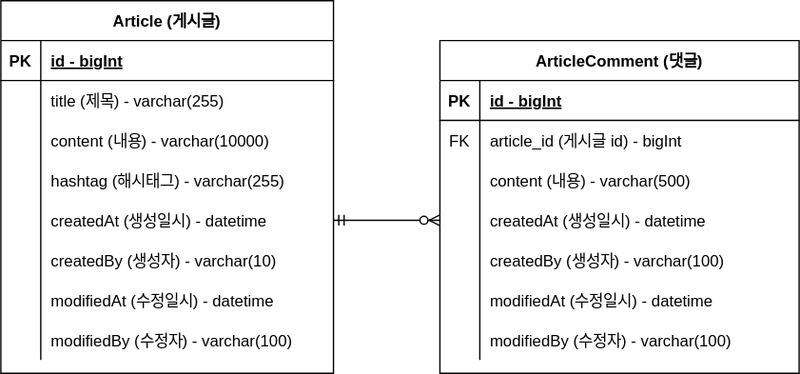
This is document/project-board-erd.svg from Baeyonghyeon/project-board, a draw.io export, as it was before one commit. Source tidied: cells renumbered, new cells last; positions are measured from the earlier drawing's top-left corner, leaving out a move shared by most shapes.
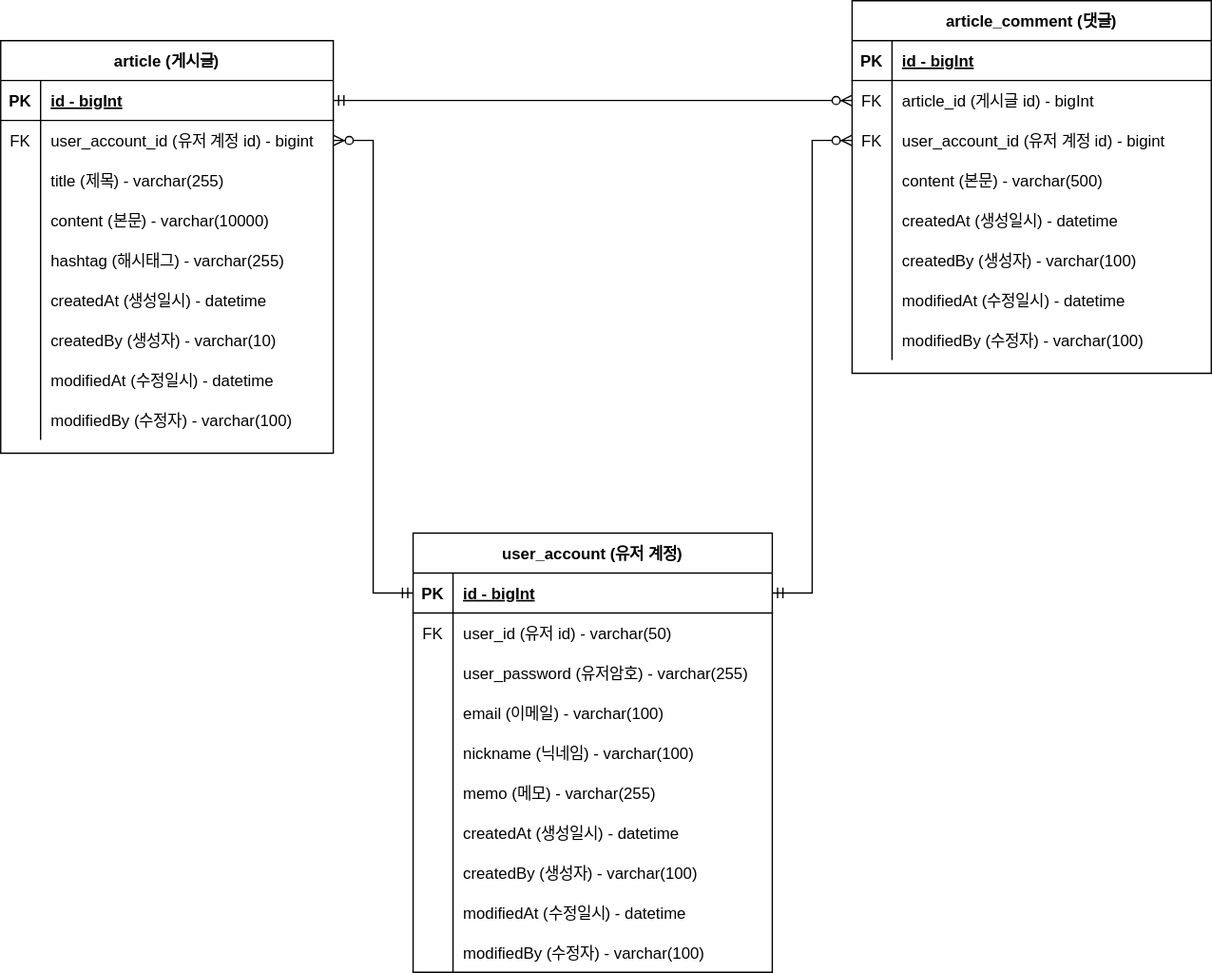
Above is the later version.

Change to the diagram source:
```diff
@@ -2,8 +2,8 @@
   <root>
     <mxCell id="0" />
     <mxCell id="1" parent="0" />
-    <mxCell id="2" value="Article (게시글)" style="shape=table;startSize=30;rowLines=0;fontStyle=1;align=center;" parent="1" vertex="1">
-      <mxGeometry width="250" height="280" as="geometry" />
+    <mxCell id="2" value="article (게시글)" style="shape=table;startSize=30;rowLines=0;fontStyle=1;align=center;" parent="1" vertex="1">
+      <mxGeometry x="-110" y="20" width="250" height="310" as="geometry" />
     </mxCell>
     <mxCell id="3" style="shape=tableRow;horizontal=0;startSize=0;swimlaneHead=0;swimlaneBody=0;fillColor=none;points=[[0,0.5],[1,0.5]];portConstraint=eastwest;top=0;left=0;right=0;bottom=1;" parent="2" vertex="1">
       <mxGeometry y="30" width="250" height="30" as="geometry" />
@@ -14,8 +14,17 @@
     <mxCell id="5" value="id - bigInt" style="shape=partialRectangle;fillColor=none;top=0;left=0;bottom=0;right=0;align=left;spacingLeft=6;fontStyle=5;overflow=hidden;" parent="3" vertex="1">
       <mxGeometry x="30" width="220" height="30" as="geometry" />
     </mxCell>
+    <mxCell id="50" style="shape=tableRow;horizontal=0;startSize=0;swimlaneHead=0;swimlaneBody=0;fillColor=none;points=[[0,0.5],[1,0.5]];portConstraint=eastwest;top=0;left=0;right=0;bottom=0;" parent="2" vertex="1">
+      <mxGeometry y="60" width="250" height="30" as="geometry" />
+    </mxCell>
+    <mxCell id="51" value="FK" style="shape=partialRectangle;fillColor=none;top=0;left=0;bottom=0;right=0;overflow=hidden;" parent="50" vertex="1">
+      <mxGeometry width="30" height="30" as="geometry" />
+    </mxCell>
+    <mxCell id="52" value="user_account_id (유저 계정 id) - bigint" style="shape=partialRectangle;fillColor=none;top=0;left=0;bottom=0;right=0;align=left;spacingLeft=6;overflow=hidden;" parent="50" vertex="1">
+      <mxGeometry x="30" width="220" height="30" as="geometry" />
+    </mxCell>
     <mxCell id="6" style="shape=tableRow;horizontal=0;startSize=0;swimlaneHead=0;swimlaneBody=0;fillColor=none;top=0;left=0;right=0;bottom=0;" parent="2" vertex="1">
-      <mxGeometry y="60" width="250" height="30" as="geometry" />
+      <mxGeometry y="90" width="250" height="30" as="geometry" />
     </mxCell>
     <mxCell id="7" style="shape=partialRectangle;fillColor=none;top=0;left=0;bottom=0;right=0;overflow=hidden;" parent="6" vertex="1">
       <mxGeometry width="30" height="30" as="geometry" />
@@ -24,16 +33,16 @@
       <mxGeometry x="30" width="220" height="30" as="geometry" />
     </mxCell>
     <mxCell id="9" style="shape=tableRow;horizontal=0;startSize=0;swimlaneHead=0;swimlaneBody=0;fillColor=none;top=0;left=0;right=0;bottom=0;" parent="2" vertex="1">
-      <mxGeometry y="90" width="250" height="30" as="geometry" />
+      <mxGeometry y="120" width="250" height="30" as="geometry" />
     </mxCell>
     <mxCell id="10" style="shape=partialRectangle;fillColor=none;top=0;left=0;bottom=0;right=0;overflow=hidden;" parent="9" vertex="1">
       <mxGeometry width="30" height="30" as="geometry" />
     </mxCell>
-    <mxCell id="11" value="content (내용) - varchar(10000)" style="shape=partialRectangle;fillColor=none;top=0;left=0;bottom=0;right=0;align=left;spacingLeft=6;overflow=hidden;" parent="9" vertex="1">
+    <mxCell id="11" value="content (본문) - varchar(10000)" style="shape=partialRectangle;fillColor=none;top=0;left=0;bottom=0;right=0;align=left;spacingLeft=6;overflow=hidden;" parent="9" vertex="1">
       <mxGeometry x="30" width="220" height="30" as="geometry" />
     </mxCell>
     <mxCell id="12" style="shape=tableRow;horizontal=0;startSize=0;swimlaneHead=0;swimlaneBody=0;fillColor=none;top=0;left=0;right=0;bottom=0;" parent="2" vertex="1">
-      <mxGeometry y="120" width="250" height="30" as="geometry" />
+      <mxGeometry y="150" width="250" height="30" as="geometry" />
     </mxCell>
     <mxCell id="13" style="shape=partialRectangle;fillColor=none;top=0;left=0;bottom=0;right=0;overflow=hidden;" parent="12" vertex="1">
       <mxGeometry width="30" height="30" as="geometry" />
@@ -42,7 +51,7 @@
       <mxGeometry x="30" width="220" height="30" as="geometry" />
     </mxCell>
     <mxCell id="15" style="shape=tableRow;horizontal=0;startSize=0;swimlaneHead=0;swimlaneBody=0;fillColor=none;points=[[0,0.5],[1,0.5]];portConstraint=eastwest;top=0;left=0;right=0;bottom=0;" parent="2" vertex="1">
-      <mxGeometry y="150" width="250" height="30" as="geometry" />
+      <mxGeometry y="180" width="250" height="30" as="geometry" />
     </mxCell>
     <mxCell id="16" style="shape=partialRectangle;fillColor=none;top=0;left=0;bottom=0;right=0;overflow=hidden;" parent="15" vertex="1">
       <mxGeometry width="30" height="30" as="geometry" />
@@ -51,7 +60,7 @@
       <mxGeometry x="30" width="220" height="30" as="geometry" />
     </mxCell>
     <mxCell id="18" style="shape=tableRow;horizontal=0;startSize=0;swimlaneHead=0;swimlaneBody=0;fillColor=none;top=0;left=0;right=0;bottom=0;" parent="2" vertex="1">
-      <mxGeometry y="180" width="250" height="30" as="geometry" />
+      <mxGeometry y="210" width="250" height="30" as="geometry" />
     </mxCell>
     <mxCell id="19" style="shape=partialRectangle;fillColor=none;top=0;left=0;bottom=0;right=0;overflow=hidden;" parent="18" vertex="1">
       <mxGeometry width="30" height="30" as="geometry" />
@@ -60,7 +69,7 @@
       <mxGeometry x="30" width="220" height="30" as="geometry" />
     </mxCell>
     <mxCell id="21" style="shape=tableRow;horizontal=0;startSize=0;swimlaneHead=0;swimlaneBody=0;fillColor=none;top=0;left=0;right=0;bottom=0;" parent="2" vertex="1">
-      <mxGeometry y="210" width="250" height="30" as="geometry" />
+      <mxGeometry y="240" width="250" height="30" as="geometry" />
     </mxCell>
     <mxCell id="22" style="shape=partialRectangle;fillColor=none;top=0;left=0;bottom=0;right=0;overflow=hidden;" parent="21" vertex="1">
       <mxGeometry width="30" height="30" as="geometry" />
@@ -69,7 +78,7 @@
       <mxGeometry x="30" width="220" height="30" as="geometry" />
     </mxCell>
     <mxCell id="24" style="shape=tableRow;horizontal=0;startSize=0;swimlaneHead=0;swimlaneBody=0;fillColor=none;top=0;left=0;right=0;bottom=0;" parent="2" vertex="1">
-      <mxGeometry y="240" width="250" height="30" as="geometry" />
+      <mxGeometry y="270" width="250" height="30" as="geometry" />
     </mxCell>
     <mxCell id="25" style="shape=partialRectangle;fillColor=none;top=0;left=0;bottom=0;right=0;overflow=hidden;" parent="24" vertex="1">
       <mxGeometry width="30" height="30" as="geometry" />
@@ -77,8 +86,8 @@
     <mxCell id="26" value="modifiedBy (수정자) - varchar(100)" style="shape=partialRectangle;fillColor=none;top=0;left=0;bottom=0;right=0;align=left;spacingLeft=6;overflow=hidden;" parent="24" vertex="1">
       <mxGeometry x="30" width="220" height="30" as="geometry" />
     </mxCell>
-    <mxCell id="27" value="ArticleComment (댓글)" style="shape=table;startSize=30;rowLines=0;fontStyle=1;align=center;" parent="1" vertex="1">
-      <mxGeometry x="330" y="30" width="270" height="250" as="geometry" />
+    <mxCell id="27" value="article_comment (댓글)" style="shape=table;startSize=30;rowLines=0;fontStyle=1;align=center;" parent="1" vertex="1">
+      <mxGeometry x="530" y="-10" width="270" height="280" as="geometry" />
     </mxCell>
     <mxCell id="28" style="shape=tableRow;horizontal=0;startSize=0;swimlaneHead=0;swimlaneBody=0;fillColor=none;top=0;left=0;right=0;bottom=1;" parent="27" vertex="1">
       <mxGeometry y="30" width="270" height="30" as="geometry" />
@@ -98,17 +107,26 @@
     <mxCell id="33" value="article_id (게시글 id) - bigInt" style="shape=partialRectangle;fillColor=none;top=0;left=0;bottom=0;right=0;align=left;spacingLeft=6;overflow=hidden;" parent="31" vertex="1">
       <mxGeometry x="30" width="240" height="30" as="geometry" />
     </mxCell>
+    <mxCell id="53" style="shape=tableRow;horizontal=0;startSize=0;swimlaneHead=0;swimlaneBody=0;fillColor=none;points=[[0,0.5],[1,0.5]];portConstraint=eastwest;top=0;left=0;right=0;bottom=0;" parent="27" vertex="1">
+      <mxGeometry y="90" width="270" height="30" as="geometry" />
+    </mxCell>
+    <mxCell id="54" value="FK" style="shape=partialRectangle;fillColor=none;top=0;left=0;bottom=0;right=0;overflow=hidden;" parent="53" vertex="1">
+      <mxGeometry width="30" height="30" as="geometry" />
+    </mxCell>
+    <mxCell id="55" value="user_account_id (유저 계정 id) - bigint" style="shape=partialRectangle;fillColor=none;top=0;left=0;bottom=0;right=0;align=left;spacingLeft=6;overflow=hidden;" parent="53" vertex="1">
+      <mxGeometry x="30" width="240" height="30" as="geometry" />
+    </mxCell>
     <mxCell id="34" style="shape=tableRow;horizontal=0;startSize=0;swimlaneHead=0;swimlaneBody=0;fillColor=none;top=0;left=0;right=0;bottom=0;" parent="27" vertex="1">
-      <mxGeometry y="90" width="270" height="30" as="geometry" />
+      <mxGeometry y="120" width="270" height="30" as="geometry" />
     </mxCell>
     <mxCell id="35" style="shape=partialRectangle;fillColor=none;top=0;left=0;bottom=0;right=0;overflow=hidden;" parent="34" vertex="1">
       <mxGeometry width="30" height="30" as="geometry" />
     </mxCell>
-    <mxCell id="36" value="content (내용) - varchar(500)" style="shape=partialRectangle;fillColor=none;top=0;left=0;bottom=0;right=0;align=left;spacingLeft=6;overflow=hidden;" parent="34" vertex="1">
+    <mxCell id="36" value="content (본문) - varchar(500)" style="shape=partialRectangle;fillColor=none;top=0;left=0;bottom=0;right=0;align=left;spacingLeft=6;overflow=hidden;" parent="34" vertex="1">
       <mxGeometry x="30" width="240" height="30" as="geometry" />
     </mxCell>
     <mxCell id="37" style="shape=tableRow;horizontal=0;startSize=0;swimlaneHead=0;swimlaneBody=0;fillColor=none;points=[[0,0.5],[1,0.5]];portConstraint=eastwest;top=0;left=0;right=0;bottom=0;" parent="27" vertex="1">
-      <mxGeometry y="120" width="270" height="30" as="geometry" />
+      <mxGeometry y="150" width="270" height="30" as="geometry" />
     </mxCell>
     <mxCell id="38" style="shape=partialRectangle;fillColor=none;top=0;left=0;bottom=0;right=0;overflow=hidden;" parent="37" vertex="1">
       <mxGeometry width="30" height="30" as="geometry" />
@@ -117,7 +135,7 @@
       <mxGeometry x="30" width="240" height="30" as="geometry" />
     </mxCell>
     <mxCell id="40" style="shape=tableRow;horizontal=0;startSize=0;swimlaneHead=0;swimlaneBody=0;fillColor=none;top=0;left=0;right=0;bottom=0;" parent="27" vertex="1">
-      <mxGeometry y="150" width="270" height="30" as="geometry" />
+      <mxGeometry y="180" width="270" height="30" as="geometry" />
     </mxCell>
     <mxCell id="41" style="shape=partialRectangle;fillColor=none;top=0;left=0;bottom=0;right=0;overflow=hidden;" parent="40" vertex="1">
       <mxGeometry width="30" height="30" as="geometry" />
@@ -126,7 +144,7 @@
       <mxGeometry x="30" width="240" height="30" as="geometry" />
     </mxCell>
     <mxCell id="43" style="shape=tableRow;horizontal=0;startSize=0;swimlaneHead=0;swimlaneBody=0;fillColor=none;top=0;left=0;right=0;bottom=0;" parent="27" vertex="1">
-      <mxGeometry y="180" width="270" height="30" as="geometry" />
+      <mxGeometry y="210" width="270" height="30" as="geometry" />
     </mxCell>
     <mxCell id="44" style="shape=partialRectangle;fillColor=none;top=0;left=0;bottom=0;right=0;overflow=hidden;" parent="43" vertex="1">
       <mxGeometry width="30" height="30" as="geometry" />
@@ -135,7 +153,7 @@
       <mxGeometry x="30" width="240" height="30" as="geometry" />
     </mxCell>
     <mxCell id="46" style="shape=tableRow;horizontal=0;startSize=0;swimlaneHead=0;swimlaneBody=0;fillColor=none;top=0;left=0;right=0;bottom=0;" parent="27" vertex="1">
-      <mxGeometry y="210" width="270" height="30" as="geometry" />
+      <mxGeometry y="240" width="270" height="30" as="geometry" />
     </mxCell>
     <mxCell id="47" style="shape=partialRectangle;fillColor=none;top=0;left=0;bottom=0;right=0;overflow=hidden;" parent="46" vertex="1">
       <mxGeometry width="30" height="30" as="geometry" />
@@ -143,8 +161,107 @@
     <mxCell id="48" value="modifiedBy (수정자) - varchar(100)" style="shape=partialRectangle;fillColor=none;top=0;left=0;bottom=0;right=0;align=left;spacingLeft=6;overflow=hidden;" parent="46" vertex="1">
       <mxGeometry x="30" width="240" height="30" as="geometry" />
     </mxCell>
-    <mxCell id="49" style="edgeStyle=entityRelationEdgeStyle;fontSize=12;html=1;endArrow=ERzeroToMany;startArrow=ERmandOne;rounded=0;exitX=1;exitY=0.5;exitDx=0;exitDy=0;entryX=0;entryY=0.5;entryDx=0;entryDy=0;" parent="1" edge="1" source="15" target="37">
+    <mxCell id="49" style="edgeStyle=entityRelationEdgeStyle;fontSize=12;html=1;endArrow=ERzeroToMany;startArrow=ERmandOne;rounded=0;exitX=1;exitY=0.5;exitDx=0;exitDy=0;entryX=0;entryY=0.5;entryDx=0;entryDy=0;" parent="1" edge="1" source="3" target="31">
       <mxGeometry relative="1" as="geometry" />
     </mxCell>
+    <mxCell id="56" value="user_account (유저 계정)" style="shape=table;startSize=30;rowLines=0;fontStyle=1;align=center;" parent="1" vertex="1">
+      <mxGeometry x="200" y="390" width="270" height="330" as="geometry" />
+    </mxCell>
+    <mxCell id="57" style="shape=tableRow;horizontal=0;startSize=0;swimlaneHead=0;swimlaneBody=0;fillColor=none;points=[[0,0.5],[1,0.5]];portConstraint=eastwest;top=0;left=0;right=0;bottom=1;" parent="56" vertex="1">
+      <mxGeometry y="30" width="270" height="30" as="geometry" />
+    </mxCell>
+    <mxCell id="58" value="PK" style="shape=partialRectangle;fillColor=none;top=0;left=0;bottom=0;right=0;fontStyle=1;overflow=hidden;" parent="57" vertex="1">
+      <mxGeometry width="30" height="30" as="geometry" />
+    </mxCell>
+    <mxCell id="59" value="id - bigInt" style="shape=partialRectangle;fillColor=none;top=0;left=0;bottom=0;right=0;align=left;spacingLeft=6;fontStyle=5;overflow=hidden;" parent="57" vertex="1">
+      <mxGeometry x="30" width="240" height="30" as="geometry" />
+    </mxCell>
+    <mxCell id="60" style="shape=tableRow;horizontal=0;startSize=0;swimlaneHead=0;swimlaneBody=0;fillColor=none;top=0;left=0;right=0;bottom=0;" parent="56" vertex="1">
+      <mxGeometry y="60" width="270" height="30" as="geometry" />
+    </mxCell>
+    <mxCell id="61" value="FK" style="shape=partialRectangle;fillColor=none;top=0;left=0;bottom=0;right=0;overflow=hidden;" parent="60" vertex="1">
+      <mxGeometry width="30" height="30" as="geometry" />
+    </mxCell>
+    <mxCell id="62" value="user_id (유저 id) - varchar(50)" style="shape=partialRectangle;fillColor=none;top=0;left=0;bottom=0;right=0;align=left;spacingLeft=6;overflow=hidden;" parent="60" vertex="1">
+      <mxGeometry x="30" width="240" height="30" as="geometry" />
+    </mxCell>
+    <mxCell id="63" style="shape=tableRow;horizontal=0;startSize=0;swimlaneHead=0;swimlaneBody=0;fillColor=none;top=0;left=0;right=0;bottom=0;" parent="56" vertex="1">
+      <mxGeometry y="90" width="270" height="30" as="geometry" />
+    </mxCell>
+    <mxCell id="64" style="shape=partialRectangle;fillColor=none;top=0;left=0;bottom=0;right=0;overflow=hidden;" parent="63" vertex="1">
+      <mxGeometry width="30" height="30" as="geometry" />
+    </mxCell>
+    <mxCell id="65" value="user_password (유저암호) - varchar(255)" style="shape=partialRectangle;fillColor=none;top=0;left=0;bottom=0;right=0;align=left;spacingLeft=6;overflow=hidden;" parent="63" vertex="1">
+      <mxGeometry x="30" width="240" height="30" as="geometry" />
+    </mxCell>
+    <mxCell id="66" style="shape=tableRow;horizontal=0;startSize=0;swimlaneHead=0;swimlaneBody=0;fillColor=none;top=0;left=0;right=0;bottom=0;" parent="56" vertex="1">
+      <mxGeometry y="120" width="270" height="30" as="geometry" />
+    </mxCell>
+    <mxCell id="67" style="shape=partialRectangle;fillColor=none;top=0;left=0;bottom=0;right=0;overflow=hidden;" parent="66" vertex="1">
+      <mxGeometry width="30" height="30" as="geometry" />
+    </mxCell>
+    <mxCell id="68" value="email (이메일) - varchar(100)" style="shape=partialRectangle;fillColor=none;top=0;left=0;bottom=0;right=0;align=left;spacingLeft=6;overflow=hidden;" parent="66" vertex="1">
+      <mxGeometry x="30" width="240" height="30" as="geometry" />
+    </mxCell>
+    <mxCell id="69" style="shape=tableRow;horizontal=0;startSize=0;swimlaneHead=0;swimlaneBody=0;fillColor=none;top=0;left=0;right=0;bottom=0;" parent="56" vertex="1">
+      <mxGeometry y="150" width="270" height="30" as="geometry" />
+    </mxCell>
+    <mxCell id="70" style="shape=partialRectangle;fillColor=none;top=0;left=0;bottom=0;right=0;overflow=hidden;" parent="69" vertex="1">
+      <mxGeometry width="30" height="30" as="geometry" />
+    </mxCell>
+    <mxCell id="71" value="nickname (닉네임) - varchar(100)" style="shape=partialRectangle;fillColor=none;top=0;left=0;bottom=0;right=0;align=left;spacingLeft=6;overflow=hidden;" parent="69" vertex="1">
+      <mxGeometry x="30" width="240" height="30" as="geometry" />
+    </mxCell>
+    <mxCell id="72" style="shape=tableRow;horizontal=0;startSize=0;swimlaneHead=0;swimlaneBody=0;fillColor=none;top=0;left=0;right=0;bottom=0;" parent="56" vertex="1">
+      <mxGeometry y="180" width="270" height="30" as="geometry" />
+    </mxCell>
+    <mxCell id="73" style="shape=partialRectangle;fillColor=none;top=0;left=0;bottom=0;right=0;overflow=hidden;" parent="72" vertex="1">
+      <mxGeometry width="30" height="30" as="geometry" />
+    </mxCell>
+    <mxCell id="74" value="memo (메모) - varchar(255)" style="shape=partialRectangle;fillColor=none;top=0;left=0;bottom=0;right=0;align=left;spacingLeft=6;overflow=hidden;" parent="72" vertex="1">
+      <mxGeometry x="30" width="240" height="30" as="geometry" />
+    </mxCell>
+    <mxCell id="75" style="shape=tableRow;horizontal=0;startSize=0;swimlaneHead=0;swimlaneBody=0;fillColor=none;top=0;left=0;right=0;bottom=0;" parent="56" vertex="1">
+      <mxGeometry y="210" width="270" height="30" as="geometry" />
+    </mxCell>
+    <mxCell id="76" style="shape=partialRectangle;fillColor=none;top=0;left=0;bottom=0;right=0;overflow=hidden;" parent="75" vertex="1">
+      <mxGeometry width="30" height="30" as="geometry" />
+    </mxCell>
+    <mxCell id="77" value="createdAt (생성일시) - datetime" style="shape=partialRectangle;fillColor=none;top=0;left=0;bottom=0;right=0;align=left;spacingLeft=6;overflow=hidden;" parent="75" vertex="1">
+      <mxGeometry x="30" width="240" height="30" as="geometry" />
+    </mxCell>
+    <mxCell id="78" style="shape=tableRow;horizontal=0;startSize=0;swimlaneHead=0;swimlaneBody=0;fillColor=none;top=0;left=0;right=0;bottom=0;" parent="56" vertex="1">
+      <mxGeometry y="240" width="270" height="30" as="geometry" />
+    </mxCell>
+    <mxCell id="79" style="shape=partialRectangle;fillColor=none;top=0;left=0;bottom=0;right=0;overflow=hidden;" parent="78" vertex="1">
+      <mxGeometry width="30" height="30" as="geometry" />
+    </mxCell>
+    <mxCell id="80" value="createdBy (생성자) - varchar(100)" style="shape=partialRectangle;fillColor=none;top=0;left=0;bottom=0;right=0;align=left;spacingLeft=6;overflow=hidden;" parent="78" vertex="1">
+      <mxGeometry x="30" width="240" height="30" as="geometry" />
+    </mxCell>
+    <mxCell id="81" style="shape=tableRow;horizontal=0;startSize=0;swimlaneHead=0;swimlaneBody=0;fillColor=none;top=0;left=0;right=0;bottom=0;" parent="56" vertex="1">
+      <mxGeometry y="270" width="270" height="30" as="geometry" />
+    </mxCell>
+    <mxCell id="82" style="shape=partialRectangle;fillColor=none;top=0;left=0;bottom=0;right=0;overflow=hidden;" parent="81" vertex="1">
+      <mxGeometry width="30" height="30" as="geometry" />
+    </mxCell>
+    <mxCell id="83" value="modifiedAt (수정일시) - datetime" style="shape=partialRectangle;fillColor=none;top=0;left=0;bottom=0;right=0;align=left;spacingLeft=6;overflow=hidden;" parent="81" vertex="1">
+      <mxGeometry x="30" width="240" height="30" as="geometry" />
+    </mxCell>
+    <mxCell id="84" style="shape=tableRow;horizontal=0;startSize=0;swimlaneHead=0;swimlaneBody=0;fillColor=none;top=0;left=0;right=0;bottom=0;" parent="56" vertex="1">
+      <mxGeometry y="300" width="270" height="30" as="geometry" />
+    </mxCell>
+    <mxCell id="85" style="shape=partialRectangle;fillColor=none;top=0;left=0;bottom=0;right=0;overflow=hidden;" parent="84" vertex="1">
+      <mxGeometry width="30" height="30" as="geometry" />
+    </mxCell>
+    <mxCell id="86" value="modifiedBy (수정자) - varchar(100)" style="shape=partialRectangle;fillColor=none;top=0;left=0;bottom=0;right=0;align=left;spacingLeft=6;overflow=hidden;" parent="84" vertex="1">
+      <mxGeometry x="30" width="240" height="30" as="geometry" />
+    </mxCell>
+    <mxCell id="87" style="edgeStyle=entityRelationEdgeStyle;fontSize=12;html=1;endArrow=ERzeroToMany;startArrow=ERmandOne;rounded=0;exitX=1;exitY=0.5;exitDx=0;exitDy=0;entryX=0;entryY=0.5;entryDx=0;entryDy=0;" parent="1" edge="1" source="57" target="53">
+      <mxGeometry relative="1" as="geometry" />
+    </mxCell>
+    <mxCell id="88" style="edgeStyle=entityRelationEdgeStyle;fontSize=12;html=1;endArrow=ERzeroToMany;startArrow=ERmandOne;rounded=0;entryX=1;entryY=0.5;entryDx=0;entryDy=0;exitX=0;exitY=0.5;exitDx=0;exitDy=0;" parent="1" edge="1" source="57" target="50">
+      <mxGeometry relative="1" as="geometry" />
+    </mxCell>
   </root>
 </mxGraphModel>
```
